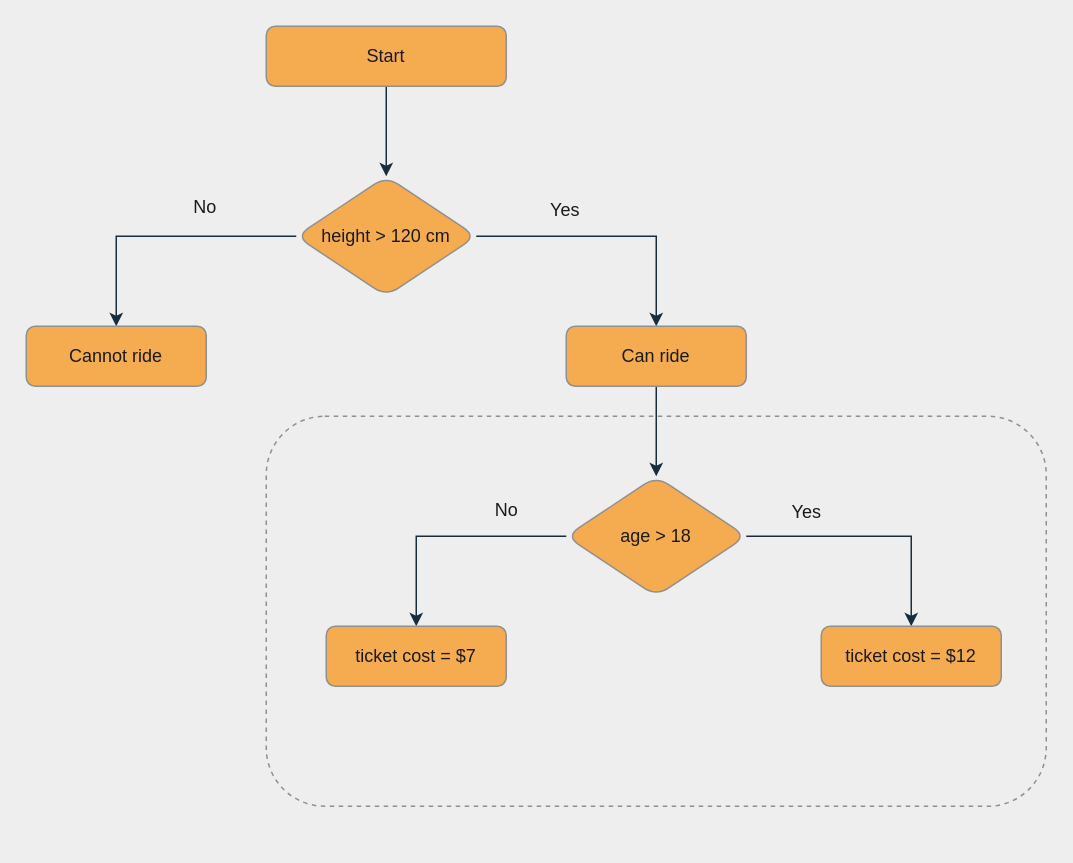
The draw.io diagram day_three/flow_charts/rollar_coaster_ride_upgraded.drawio in tkpguy/my_python_learning, before the edit. Source tidied: cells renumbered, new cells numbered last; positions are measured from the earlier drawing's top-left corner, leaving out a move shared by most shapes. Both pictures are drawn from the tidied source at 150%, with x=0, y=0 at pixel (26, 26).
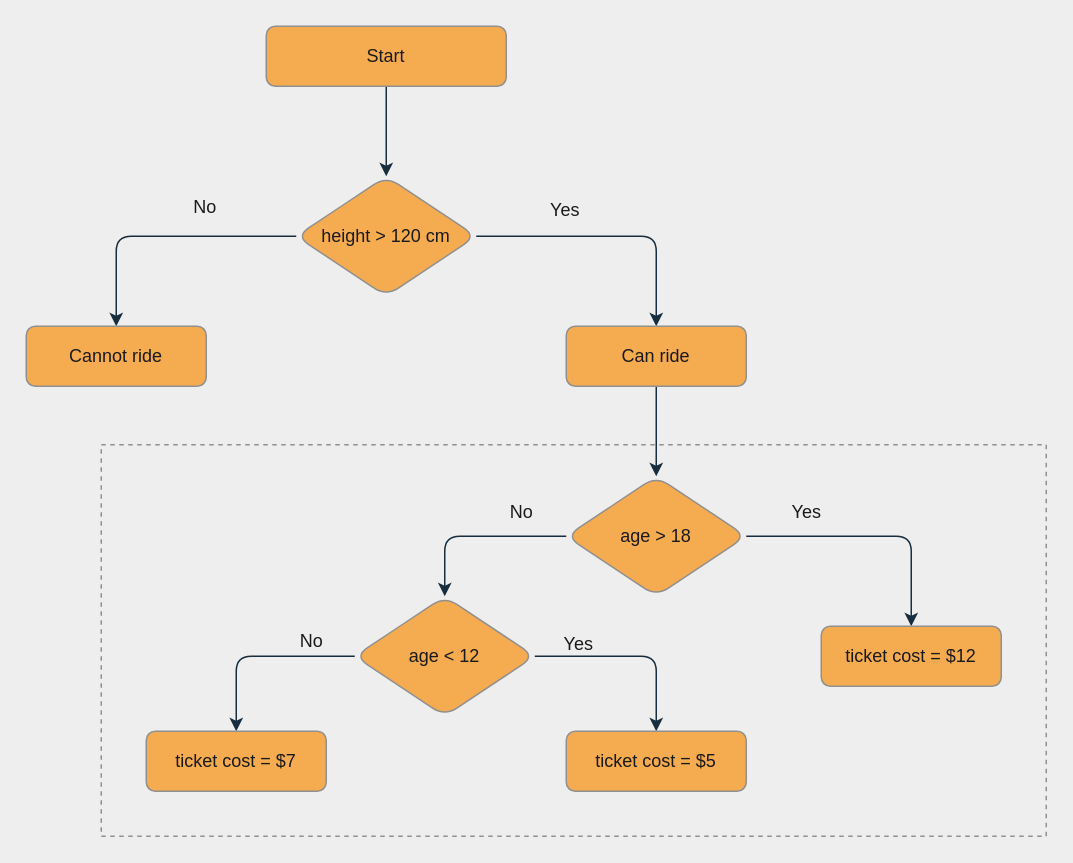
The same diagram, later.

Commit message:
flow chart update

Unchanged cells that the change refers to:
```xml
<mxCell id="6" value="height &amp;gt; 120 cm" style="rhombus;whiteSpace=wrap;html=1;rounded=1;fillColor=#F5AB50;strokeColor=#909090;fontColor=#1A1A1A;" parent="1" vertex="1">
  <mxGeometry x="180" y="100" width="120" height="80" as="geometry" />
</mxCell>
<mxCell id="7" value="Cannot ride" style="whiteSpace=wrap;html=1;rounded=1;fillColor=#F5AB50;strokeColor=#909090;fontColor=#1A1A1A;" parent="1" vertex="1">
  <mxGeometry y="200" width="120" height="40" as="geometry" />
</mxCell>
<mxCell id="9" value="Can ride" style="whiteSpace=wrap;html=1;rounded=1;fillColor=#F5AB50;strokeColor=#909090;fontColor=#1A1A1A;" parent="1" vertex="1">
  <mxGeometry x="360" y="200" width="120" height="40" as="geometry" />
</mxCell>
<mxCell id="12" value="age &amp;gt; 18" style="rhombus;whiteSpace=wrap;html=1;rounded=1;fillColor=#F5AB50;strokeColor=#909090;fontColor=#1A1A1A;" parent="1" vertex="1">
  <mxGeometry x="360" y="300" width="120" height="80" as="geometry" />
</mxCell>
<mxCell id="14" value="ticket cost = $12" style="whiteSpace=wrap;html=1;rounded=1;fillColor=#F5AB50;strokeColor=#909090;fontColor=#1A1A1A;" parent="1" vertex="1">
  <mxGeometry x="530" y="400" width="120" height="40" as="geometry" />
</mxCell>
```

What changed in the source:
```diff
@@
+    <mxCell id="20" style="rounded=0;whiteSpace=wrap;html=1;fontColor=#1A1A1A;fillColor=none;strokeColor=#909090;dashed=1;" parent="1" vertex="1">
+      <mxGeometry x="50" y="279" width="630" height="261" as="geometry" />
+    </mxCell>
@@
-    <mxCell id="4" style="edgeStyle=orthogonalEdgeStyle;rounded=0;jettySize=auto;html=1;labelBackgroundColor=#EEEEEE;strokeColor=#182E3E;fontColor=#1A1A1A;" parent="1" edge="1" source="6" target="7">
+    <mxCell id="4" style="edgeStyle=orthogonalEdgeStyle;rounded=1;jettySize=auto;html=1;labelBackgroundColor=#EEEEEE;strokeColor=#182E3E;fontColor=#1A1A1A;" parent="1" edge="1" source="6" target="7">
       <mxGeometry relative="1" as="geometry" />
     </mxCell>
-    <mxCell id="5" style="edgeStyle=orthogonalEdgeStyle;rounded=0;jettySize=auto;html=1;labelBackgroundColor=#EEEEEE;strokeColor=#182E3E;fontColor=#1A1A1A;" parent="1" edge="1" source="6" target="9">
+    <mxCell id="5" style="edgeStyle=orthogonalEdgeStyle;rounded=1;jettySize=auto;html=1;labelBackgroundColor=#EEEEEE;strokeColor=#182E3E;fontColor=#1A1A1A;" parent="1" edge="1" source="6" target="9">
       <mxGeometry relative="1" as="geometry" />
     </mxCell>
@@
-    <mxCell id="10" style="edgeStyle=orthogonalEdgeStyle;rounded=0;jettySize=auto;html=1;labelBackgroundColor=#EEEEEE;strokeColor=#182E3E;fontColor=#1A1A1A;" parent="1" edge="1" source="12" target="13">
-      <mxGeometry relative="1" as="geometry" />
-    </mxCell>
-    <mxCell id="11" style="edgeStyle=orthogonalEdgeStyle;rounded=0;jettySize=auto;html=1;labelBackgroundColor=#EEEEEE;strokeColor=#182E3E;fontColor=#1A1A1A;" parent="1" edge="1" source="12" target="14">
+    <mxCell id="11" style="edgeStyle=orthogonalEdgeStyle;rounded=1;jettySize=auto;html=1;labelBackgroundColor=#EEEEEE;strokeColor=#182E3E;fontColor=#1A1A1A;" parent="1" edge="1" source="12" target="14">
       <mxGeometry relative="1" as="geometry" />
     </mxCell>
+    <mxCell id="21" style="edgeStyle=orthogonalEdgeStyle;rounded=1;jettySize=auto;html=1;exitX=0;exitY=0.5;exitDx=0;exitDy=0;entryX=0.5;entryY=0;entryDx=0;entryDy=0;strokeColor=#182E3E;labelBackgroundColor=#EEEEEE;fontColor=#1A1A1A;" parent="1" edge="1" source="12" target="24">
+      <mxGeometry relative="1" as="geometry" />
+    </mxCell>
@@
-    <mxCell id="13" value="ticket cost = $7" style="whiteSpace=wrap;html=1;rounded=1;fillColor=#F5AB50;strokeColor=#909090;fontColor=#1A1A1A;" parent="1" vertex="1">
-      <mxGeometry x="200" y="400" width="120" height="40" as="geometry" />
-    </mxCell>
@@
-    <mxCell id="17" value="No" style="text;html=1;align=center;verticalAlign=middle;strokeColor=none;fillColor=none;fontColor=#1A1A1A;" parent="1" vertex="1">
-      <mxGeometry x="300" y="308" width="40" height="30" as="geometry" />
-    </mxCell>
@@
-    <mxCell id="19" style="rounded=1;whiteSpace=wrap;html=1;strokeColor=#909090;fontColor=#1A1A1A;fillColor=none;dashed=1;" parent="1" vertex="1">
-      <mxGeometry x="160" y="260" width="520" height="260" as="geometry" />
-    </mxCell>
+    <mxCell id="22" style="edgeStyle=orthogonalEdgeStyle;rounded=1;jettySize=auto;html=1;strokeColor=#182E3E;fontColor=#1A1A1A;labelBackgroundColor=#EEEEEE;" parent="1" edge="1" source="24" target="13">
+      <mxGeometry relative="1" as="geometry" />
+    </mxCell>
+    <mxCell id="23" style="edgeStyle=orthogonalEdgeStyle;rounded=1;jettySize=auto;html=1;strokeColor=#182E3E;fontColor=#1A1A1A;labelBackgroundColor=#EEEEEE;" parent="1" edge="1" source="24" target="26">
+      <mxGeometry relative="1" as="geometry" />
+    </mxCell>
+    <mxCell id="24" value="age &amp;lt; 12" style="rhombus;whiteSpace=wrap;html=1;rounded=1;fillColor=#F5AB50;strokeColor=#909090;fontColor=#1A1A1A;" parent="1" vertex="1">
+      <mxGeometry x="219" y="380" width="120" height="80" as="geometry" />
+    </mxCell>
+    <mxCell id="25" value="No" style="text;html=1;align=center;verticalAlign=middle;strokeColor=none;fillColor=none;fontColor=#1A1A1A;" parent="1" vertex="1">
+      <mxGeometry x="310" y="309" width="40" height="30" as="geometry" />
+    </mxCell>
+    <mxCell id="13" value="ticket cost = $7" style="whiteSpace=wrap;html=1;fillColor=#F5AB50;strokeColor=#909090;fontColor=#1A1A1A;rounded=1;" parent="1" vertex="1">
+      <mxGeometry x="80" y="470" width="120" height="40" as="geometry" />
+    </mxCell>
+    <mxCell id="26" value="ticket cost = $5" style="whiteSpace=wrap;html=1;fillColor=#F5AB50;strokeColor=#909090;fontColor=#1A1A1A;rounded=1;" parent="1" vertex="1">
+      <mxGeometry x="360" y="470" width="120" height="40" as="geometry" />
+    </mxCell>
+    <mxCell id="27" value="No" style="text;html=1;align=center;verticalAlign=middle;strokeColor=none;fillColor=none;fontColor=#1A1A1A;" parent="1" vertex="1">
+      <mxGeometry x="170" y="395" width="40" height="30" as="geometry" />
+    </mxCell>
+    <mxCell id="28" value="Yes" style="text;html=1;align=center;verticalAlign=middle;strokeColor=none;fillColor=none;fontColor=#1A1A1A;" parent="1" vertex="1">
+      <mxGeometry x="348" y="397" width="40" height="30" as="geometry" />
+    </mxCell>
```
